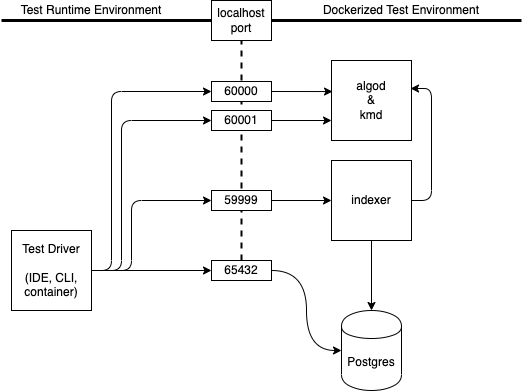
Earlier version of the draw.io export docs/SDK Test Environment.png (algorand/algorand-sdk-testing). Source tidied: cells renumbered, new cells last; positions are measured from the earlier drawing's top-left corner, leaving out a move shared by most shapes.
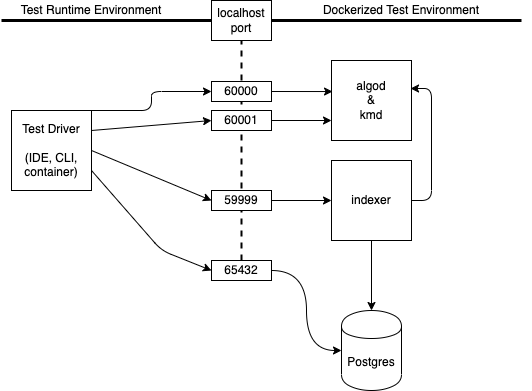
After the change.

Commit message:
less ugly diagrams

Diff of the diagram source:
```diff
@@ -1,4 +1,4 @@
-<mxGraphModel>
+<mxGraphModel background="#ffffff" shadow="1">
   <root>
     <mxCell id="0" />
     <mxCell id="1" parent="0" />
@@ -37,35 +37,29 @@
     <mxCell id="12" value="65432" style="rounded=0;whiteSpace=wrap;html=1;" parent="1" vertex="1">
       <mxGeometry x="210" y="260" width="60" height="20" as="geometry" />
     </mxCell>
-    <mxCell id="13" style="edgeStyle=orthogonalEdgeStyle;jettySize=auto;html=1;entryX=0;entryY=0.5;entryDx=0;entryDy=0;rounded=1;" parent="1" edge="1" source="17" target="10">
+    <mxCell id="13" style="edgeStyle=none;html=1;exitX=1;exitY=0;exitDx=0;exitDy=0;entryX=0;entryY=0.5;entryDx=0;entryDy=0;" parent="1" edge="1" source="17" target="10">
       <mxGeometry relative="1" as="geometry">
         <Array as="points">
-          <mxPoint x="110" y="270" />
-          <mxPoint x="110" y="91" />
+          <mxPoint x="150" y="110" />
+          <mxPoint x="150" y="91" />
         </Array>
       </mxGeometry>
     </mxCell>
-    <mxCell id="14" style="edgeStyle=orthogonalEdgeStyle;jettySize=auto;html=1;entryX=0;entryY=0.5;entryDx=0;entryDy=0;rounded=1;" parent="1" edge="1" source="17" target="8">
-      <mxGeometry relative="1" as="geometry">
-        <Array as="points">
-          <mxPoint x="120" y="270" />
-          <mxPoint x="120" y="120" />
-        </Array>
-      </mxGeometry>
+    <mxCell id="14" style="edgeStyle=none;html=1;exitX=1;exitY=0.25;exitDx=0;exitDy=0;entryX=0;entryY=0.5;entryDx=0;entryDy=0;" parent="1" edge="1" source="17" target="8">
+      <mxGeometry relative="1" as="geometry" />
     </mxCell>
-    <mxCell id="15" style="edgeStyle=orthogonalEdgeStyle;jettySize=auto;html=1;entryX=0;entryY=0.5;entryDx=0;entryDy=0;rounded=1;" parent="1" edge="1" source="17" target="22">
-      <mxGeometry relative="1" as="geometry">
-        <Array as="points">
-          <mxPoint x="130" y="270" />
-          <mxPoint x="130" y="200" />
-        </Array>
-      </mxGeometry>
+    <mxCell id="15" style="edgeStyle=none;html=1;exitX=1;exitY=0.5;exitDx=0;exitDy=0;entryX=0;entryY=0.5;entryDx=0;entryDy=0;" parent="1" edge="1" source="17" target="22">
+      <mxGeometry relative="1" as="geometry" />
     </mxCell>
-    <mxCell id="16" style="edgeStyle=none;html=1;exitX=1;exitY=0.5;exitDx=0;exitDy=0;entryX=0;entryY=0.5;entryDx=0;entryDy=0;" parent="1" edge="1" source="17" target="12">
-      <mxGeometry relative="1" as="geometry" />
+    <mxCell id="16" style="edgeStyle=none;html=1;exitX=1;exitY=0.75;exitDx=0;exitDy=0;entryX=0;entryY=0.5;entryDx=0;entryDy=0;" parent="1" edge="1" source="17" target="12">
+      <mxGeometry relative="1" as="geometry">
+        <Array as="points">
+          <mxPoint x="160" y="250" />
+        </Array>
+      </mxGeometry>
     </mxCell>
     <mxCell id="17" value="Test Driver&lt;br&gt;&lt;br&gt;(IDE, CLI, container)" style="whiteSpace=wrap;html=1;" parent="1" vertex="1">
-      <mxGeometry x="10" y="230" width="80" height="80" as="geometry" />
+      <mxGeometry x="10" y="110" width="80" height="80" as="geometry" />
     </mxCell>
     <mxCell id="18" style="endArrow=none;html=1;strokeWidth=3;" parent="1" edge="1" source="19">
       <mxGeometry relative="1" as="geometry">
```
